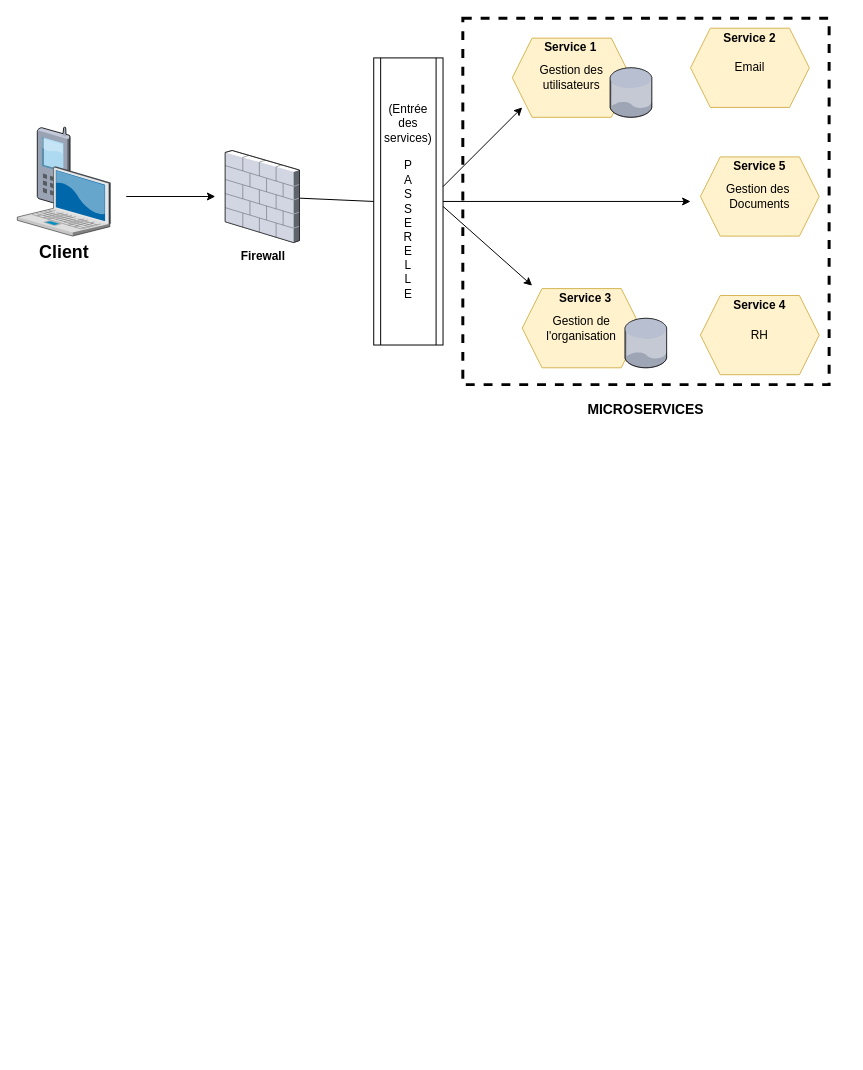
The draw.io diagram page "P1_FraWorkArchi_Astra" (4 of 9) of AstraComponentDiagr.drawio in Lamessolo/ProjetLeadTech, before the edit. Source tidied: cells renumbered, new cells numbered last; positions are measured from the earlier drawing's top-left corner, leaving out a move shared by most shapes. Both pictures are drawn from the tidied source at 99%, with x=0, y=0 at pixel (17, 18).
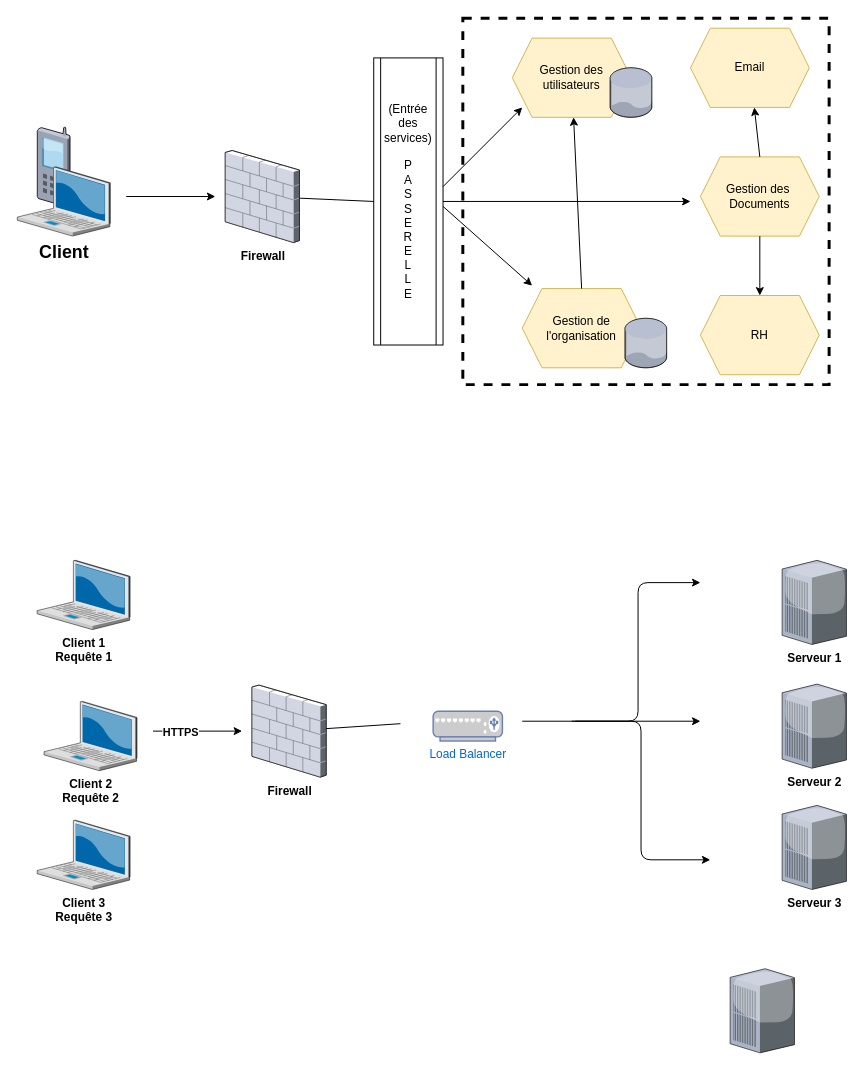
Above is the later version.

The change refers to these unchanged cells:
```xml
<mxCell id="6" value="Gestion des&amp;nbsp;&lt;br&gt;Documents" style="shape=hexagon;perimeter=hexagonPerimeter2;whiteSpace=wrap;html=1;fixedSize=1;fillColor=#fff2cc;strokeColor=#d6b656;" parent="1" vertex="1">
  <mxGeometry x="690" y="140" width="120" height="80" as="geometry" />
</mxCell>
<mxCell id="7" value="Gestion des utilisateurs" style="shape=hexagon;perimeter=hexagonPerimeter2;whiteSpace=wrap;html=1;fixedSize=1;fillColor=#fff2cc;strokeColor=#d6b656;" parent="1" vertex="1">
  <mxGeometry x="500" y="20" width="120" height="80" as="geometry" />
</mxCell>
<mxCell id="8" value="Email" style="shape=hexagon;perimeter=hexagonPerimeter2;whiteSpace=wrap;html=1;fixedSize=1;fillColor=#fff2cc;strokeColor=#d6b656;" parent="1" vertex="1">
  <mxGeometry x="680" y="10" width="120" height="80" as="geometry" />
</mxCell>
<mxCell id="9" value="Gestion de l'organisation" style="shape=hexagon;perimeter=hexagonPerimeter2;whiteSpace=wrap;html=1;fixedSize=1;fillColor=#fff2cc;strokeColor=#d6b656;" parent="1" vertex="1">
  <mxGeometry x="510" y="273" width="120" height="80" as="geometry" />
</mxCell>
<mxCell id="10" value="RH" style="shape=hexagon;perimeter=hexagonPerimeter2;whiteSpace=wrap;html=1;fixedSize=1;fillColor=#fff2cc;strokeColor=#d6b656;" parent="1" vertex="1">
  <mxGeometry x="690" y="280" width="120" height="80" as="geometry" />
</mxCell>
```

Change to the diagram source:
```diff
@@
-    <mxCell id="11" value="&lt;font style=&quot;font-size: 14px&quot;&gt;&lt;b&gt;MICROSERVICES&lt;/b&gt;&lt;/font&gt;" style="text;html=1;strokeColor=none;fillColor=none;align=center;verticalAlign=middle;whiteSpace=wrap;rounded=0;" parent="1" vertex="1">
-      <mxGeometry x="580" y="380" width="110" height="30" as="geometry" />
-    </mxCell>
@@
-    <mxCell id="20" value="&lt;b&gt;Service 5&lt;/b&gt;" style="text;html=1;strokeColor=none;fillColor=none;align=center;verticalAlign=middle;whiteSpace=wrap;rounded=0;" parent="1" vertex="1">
-      <mxGeometry x="710" y="140" width="80" height="20" as="geometry" />
-    </mxCell>
-    <mxCell id="21" value="&lt;b&gt;Service 3&lt;/b&gt;" style="text;html=1;strokeColor=none;fillColor=none;align=center;verticalAlign=middle;whiteSpace=wrap;rounded=0;" parent="1" vertex="1">
-      <mxGeometry x="533.8" y="273" width="80" height="20" as="geometry" />
-    </mxCell>
-    <mxCell id="22" value="&lt;b&gt;Service 4&lt;/b&gt;" style="text;html=1;strokeColor=none;fillColor=none;align=center;verticalAlign=middle;whiteSpace=wrap;rounded=0;" parent="1" vertex="1">
-      <mxGeometry x="710" y="280" width="80" height="20" as="geometry" />
-    </mxCell>
-    <mxCell id="23" value="&lt;b&gt;Service 2&lt;/b&gt;" style="text;html=1;strokeColor=none;fillColor=none;align=center;verticalAlign=middle;whiteSpace=wrap;rounded=0;" parent="1" vertex="1">
-      <mxGeometry x="700" y="10" width="80" height="20" as="geometry" />
-    </mxCell>
-    <mxCell id="24" value="&lt;b&gt;Service 1&lt;/b&gt;" style="text;html=1;strokeColor=none;fillColor=none;align=center;verticalAlign=middle;whiteSpace=wrap;rounded=0;" parent="1" vertex="1">
-      <mxGeometry x="518.8" y="20" width="80" height="20" as="geometry" />
-    </mxCell>
+    <mxCell id="25" value="&lt;b&gt;Firewall&lt;/b&gt;" style="verticalLabelPosition=bottom;html=1;verticalAlign=top;strokeColor=none;align=center;outlineConnect=0;shape=mxgraph.citrix.firewall;" parent="1" vertex="1">
+      <mxGeometry x="237" y="673.5" width="75" height="93" as="geometry" />
+    </mxCell>
+    <mxCell id="26" value="&lt;b&gt;Client 2&lt;/b&gt;&lt;br&gt;&lt;b&gt;Requête 2&lt;/b&gt;" style="verticalLabelPosition=bottom;html=1;verticalAlign=top;strokeColor=none;align=center;shape=mxgraph.citrix.laptop_2;" parent="1" vertex="1">
+      <mxGeometry x="27" y="690" width="93.9" height="70" as="geometry" />
+    </mxCell>
+    <mxCell id="27" style="endArrow=none;html=1;strokeWidth=1;entryX=0;entryY=0.5;entryDx=0;entryDy=0;" parent="1" edge="1" source="25">
+      <mxGeometry relative="1" as="geometry">
+        <mxPoint x="387" y="712.5" as="targetPoint" />
+      </mxGeometry>
+    </mxCell>
+    <mxCell id="28" style="endArrow=classic;html=1;" parent="1" edge="1">
+      <mxGeometry relative="1" as="geometry">
+        <mxPoint x="137" y="720" as="sourcePoint" />
+        <mxPoint x="227" y="720" as="targetPoint" />
+      </mxGeometry>
+    </mxCell>
+    <mxCell id="29" value="&lt;b&gt;HTTPS&lt;/b&gt;" style="edgeLabel;html=1;align=center;verticalAlign=middle;" parent="28" vertex="1">
+      <mxGeometry x="-0.4" relative="1" as="geometry" />
+    </mxCell>
+    <mxCell id="30" style="endArrow=classic;html=1;exitX=0.5;exitY=1;exitDx=0;exitDy=0;entryX=0.5;entryY=0;entryDx=0;entryDy=0;" parent="1" edge="1" source="6" target="10">
+      <mxGeometry relative="1" as="geometry" />
+    </mxCell>
+    <mxCell id="31" style="endArrow=classic;html=1;exitX=0.5;exitY=0;exitDx=0;exitDy=0;" parent="1" edge="1" source="6" target="8">
+      <mxGeometry relative="1" as="geometry" />
+    </mxCell>
+    <mxCell id="32" style="endArrow=classic;html=1;exitX=0.5;exitY=0;exitDx=0;exitDy=0;" parent="1" edge="1" source="9" target="7">
+      <mxGeometry relative="1" as="geometry" />
+    </mxCell>
+    <mxCell id="33" value="Load Balancer" style="fontColor=#0066CC;verticalAlign=top;verticalLabelPosition=bottom;labelPosition=center;align=center;html=1;fillColor=#CCCCCC;strokeColor=#6881B3;gradientColor=none;gradientDirection=north;strokeWidth=2;shape=mxgraph.networks.load_balancer;" parent="1" vertex="1">
+      <mxGeometry x="420" y="700" width="70" height="30" as="geometry" />
+    </mxCell>
+    <mxCell id="34" value="&lt;font&gt;&lt;b&gt;Client 1 &lt;/b&gt;&lt;br&gt;&lt;b&gt;Requête&amp;nbsp;1&lt;/b&gt;&lt;br&gt;&lt;/font&gt;" style="verticalLabelPosition=bottom;html=1;verticalAlign=top;strokeColor=none;align=center;shape=mxgraph.citrix.laptop_2;" parent="1" vertex="1">
+      <mxGeometry x="20" y="547.5" width="93.9" height="70" as="geometry" />
+    </mxCell>
+    <mxCell id="35" value="&lt;b&gt;Client 3&lt;/b&gt;&lt;br&gt;&lt;b&gt;Requête 3&lt;/b&gt;" style="verticalLabelPosition=bottom;html=1;verticalAlign=top;strokeColor=none;align=center;shape=mxgraph.citrix.laptop_2;" parent="1" vertex="1">
+      <mxGeometry x="20" y="810" width="93.9" height="70" as="geometry" />
+    </mxCell>
+    <mxCell id="36" style="verticalLabelPosition=bottom;html=1;verticalAlign=top;strokeColor=none;align=center;shape=mxgraph.citrix.pbx_server;" parent="1" vertex="1">
+      <mxGeometry x="720" y="960" width="65" height="85" as="geometry" />
+    </mxCell>
+    <mxCell id="37" value="&lt;b&gt;Serveur 1&lt;/b&gt;" style="verticalLabelPosition=bottom;html=1;verticalAlign=top;strokeColor=none;align=center;shape=mxgraph.citrix.pbx_server;" parent="1" vertex="1">
+      <mxGeometry x="772.5" y="547.5" width="65" height="85" as="geometry" />
+    </mxCell>
+    <mxCell id="38" value="&lt;b&gt;Serveur 2&lt;/b&gt;" style="verticalLabelPosition=bottom;html=1;verticalAlign=top;strokeColor=none;align=center;shape=mxgraph.citrix.pbx_server;" parent="1" vertex="1">
+      <mxGeometry x="772.5" y="672.5" width="65" height="85" as="geometry" />
+    </mxCell>
+    <mxCell id="39" value="&lt;b&gt;Serveur 3&lt;/b&gt;" style="verticalLabelPosition=bottom;html=1;verticalAlign=top;strokeColor=none;align=center;shape=mxgraph.citrix.pbx_server;" parent="1" vertex="1">
+      <mxGeometry x="772.5" y="795" width="65" height="85" as="geometry" />
+    </mxCell>
+    <mxCell id="40" style="edgeStyle=elbowEdgeStyle;elbow=horizontal;endArrow=classic;html=1;" parent="1" edge="1">
+      <mxGeometry relative="1" as="geometry">
+        <mxPoint x="563.8" y="710" as="sourcePoint" />
+        <mxPoint x="690" y="570" as="targetPoint" />
+      </mxGeometry>
+    </mxCell>
+    <mxCell id="41" style="edgeStyle=elbowEdgeStyle;elbow=horizontal;endArrow=classic;html=1;" parent="1" edge="1">
+      <mxGeometry relative="1" as="geometry">
+        <mxPoint x="560" y="710" as="sourcePoint" />
+        <mxPoint x="700" y="850" as="targetPoint" />
+      </mxGeometry>
+    </mxCell>
+    <mxCell id="42" style="endArrow=classic;html=1;" parent="1" edge="1">
+      <mxGeometry relative="1" as="geometry">
+        <mxPoint x="510" y="710" as="sourcePoint" />
+        <mxPoint x="690" y="710" as="targetPoint" />
+      </mxGeometry>
+    </mxCell>
```
